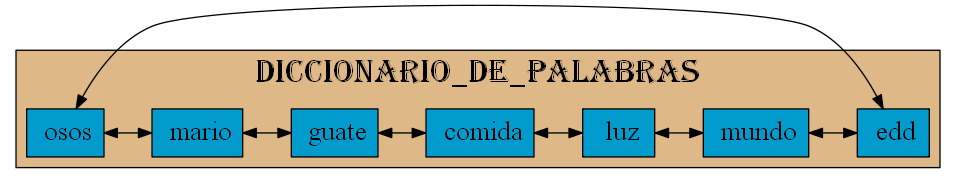
Before: Graficas/LCD_Diccionario.dot.png, a diagram exported from Graphviz (mariotun/EDD_1S2020_PY1_201602942). Its source is kept beside it as Graficas/LCD_Diccionario.dot.
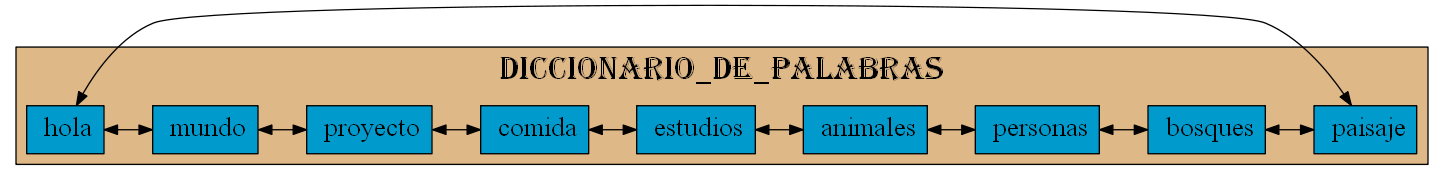
After the commit.

Diff of the diagram source:
```diff
@@ -12,22 +12,29 @@
 style=filled
 fillcolor=burlywood
 labelloc=t;{rank=same;
-25770344240[label=" mario"];
-25770344320[label=" guate"];
-25770344400[label=" comida"];
-25770344480[label=" luz"];
-25770344560[label=" mundo"];
-25770344640[label=" edd"];
-25770344720[label=" osos"];
+25770494416[label=" hola"];
+25770494448[label=" mundo"];
+25770494480[label=" proyecto"];
+25770494512[label=" comida"];
+25770494544[label=" estudios"];
+25770494576[label=" animales"];
+25770494608[label=" personas"];
+25770494640[label=" bosques"];
+25770494672[label=" paisaje"];
 };
 
-25770344240->
-25770344320->
-25770344400->
-25770344480->
-25770344560->
-25770344640->
-25770344720->25770344240
+25770494416->
+25770494448->
+25770494480->
+25770494512->
+25770494544->
+25770494576->
+25770494608->
+25770494640->
+25770494672[dir=both color=black];
+
+
+25770494416->25770494672
 [dir=both color=black];
 
  }
```
